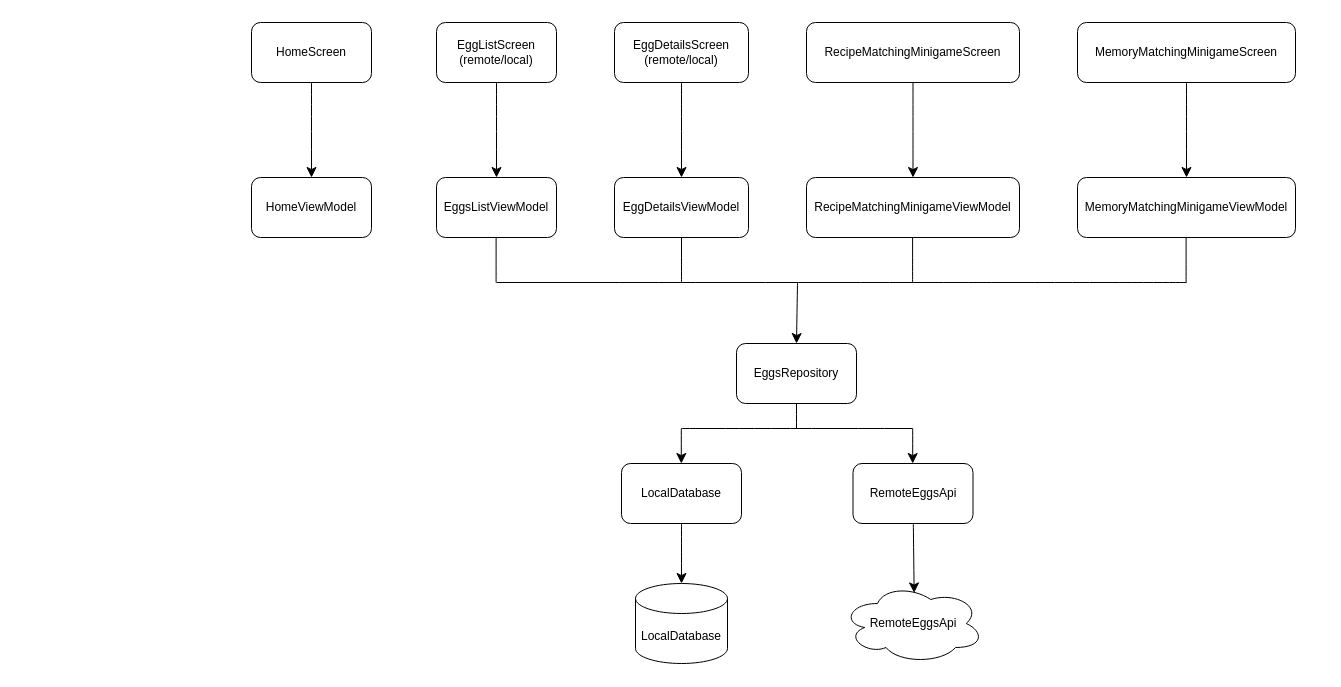
Before: images/architecture.drawio in jaidensiu/eggpedia, a draw.io diagram. Source tidied: cells renumbered, new cells numbered last; positions are measured from the earlier drawing's top-left corner, leaving out a move shared by most shapes. Both pictures are drawn from the tidied source at 100%, with x=0, y=0 at pixel (251, 22).
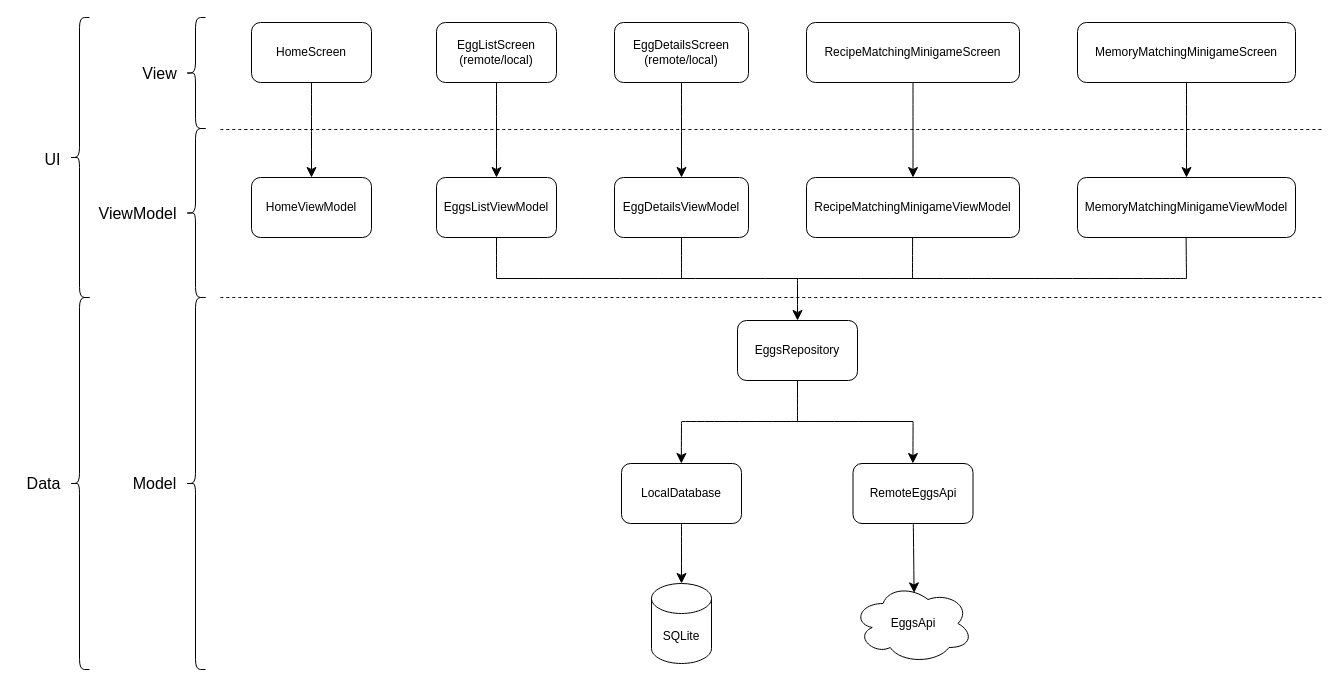
After the change.

Commit message (it also covers changes not shown here):
chore: edited arch diagram

Unchanged cells that the change refers to:
```xml
<mxCell id="7" value="EggsListViewModel" style="rounded=1;whiteSpace=wrap;html=1;" parent="1" vertex="1">
  <mxGeometry x="185" y="155" width="120" height="60" as="geometry" />
</mxCell>
<mxCell id="8" value="EggDetailsViewModel" style="rounded=1;whiteSpace=wrap;html=1;" parent="1" vertex="1">
  <mxGeometry x="363" y="155" width="134" height="60" as="geometry" />
</mxCell>
<mxCell id="24" value="RemoteEggsApi" style="rounded=1;whiteSpace=wrap;html=1;" parent="1" vertex="1">
  <mxGeometry x="601.5" y="441" width="120" height="60" as="geometry" />
</mxCell>
<mxCell id="25" value="LocalDatabase" style="rounded=1;whiteSpace=wrap;html=1;" parent="1" vertex="1">
  <mxGeometry x="370" y="441" width="120" height="60" as="geometry" />
</mxCell>
```

Diff of the diagram source:
```diff
@@
     <mxCell id="17" value="EggsRepository" style="rounded=1;whiteSpace=wrap;html=1;" parent="1" vertex="1">
-      <mxGeometry x="485" y="321" width="120" height="60" as="geometry" />
+      <mxGeometry x="486" y="298" width="120" height="60" as="geometry" />
     </mxCell>
     <mxCell id="18" style="endArrow=classic;html=1;rounded=0;fontSize=12;startSize=8;endSize=8;curved=1;entryX=0.5;entryY=0;entryDx=0;entryDy=0;" parent="1" edge="1" target="17">
       <mxGeometry relative="1" as="geometry">
-        <mxPoint x="546" y="260" as="sourcePoint" />
+        <mxPoint x="546" y="256" as="sourcePoint" />
       </mxGeometry>
     </mxCell>
     <mxCell id="19" style="endArrow=none;html=1;rounded=0;fontSize=12;startSize=8;endSize=8;curved=1;entryX=0.5;entryY=1;entryDx=0;entryDy=0;" parent="1" edge="1" target="8">
       <mxGeometry relative="1" as="geometry">
-        <mxPoint x="430" y="260" as="sourcePoint" />
+        <mxPoint x="430" y="256" as="sourcePoint" />
       </mxGeometry>
     </mxCell>
     <mxCell id="20" style="endArrow=none;html=1;rounded=0;fontSize=12;startSize=8;endSize=8;curved=1;entryX=0.5;entryY=1;entryDx=0;entryDy=0;" parent="1" edge="1">
       <mxGeometry relative="1" as="geometry">
-        <mxPoint x="661.1" y="260" as="sourcePoint" />
+        <mxPoint x="661" y="256" as="sourcePoint" />
         <mxPoint x="661.1" y="215" as="targetPoint" />
       </mxGeometry>
     </mxCell>
-    <mxCell id="21" style="endArrow=none;html=1;rounded=0;fontSize=12;startSize=8;endSize=8;curved=1;entryX=0.5;entryY=1;entryDx=0;entryDy=0;" parent="1" edge="1">
-      <mxGeometry relative="1" as="geometry">
-        <mxPoint x="244.6" y="260" as="sourcePoint" />
-        <mxPoint x="244.6" y="215" as="targetPoint" />
-      </mxGeometry>
-    </mxCell>
     <mxCell id="22" style="endArrow=none;html=1;rounded=0;fontSize=12;startSize=8;endSize=8;curved=1;entryX=0.5;entryY=1;entryDx=0;entryDy=0;" parent="1" edge="1">
       <mxGeometry relative="1" as="geometry">
-        <mxPoint x="934.6" y="260" as="sourcePoint" />
+        <mxPoint x="935" y="256" as="sourcePoint" />
         <mxPoint x="934.6" y="215" as="targetPoint" />
       </mxGeometry>
     </mxCell>
     <mxCell id="23" style="endArrow=none;html=1;rounded=0;fontSize=12;startSize=8;endSize=8;curved=1;" parent="1" edge="1">
       <mxGeometry relative="1" as="geometry">
-        <mxPoint x="935" y="260" as="sourcePoint" />
-        <mxPoint x="245" y="260" as="targetPoint" />
+        <mxPoint x="935" y="256" as="sourcePoint" />
+        <mxPoint x="245" y="256" as="targetPoint" />
       </mxGeometry>
     </mxCell>
@@
-    <mxCell id="26" style="endArrow=classic;html=1;rounded=0;fontSize=12;startSize=8;endSize=8;curved=1;entryX=0.5;entryY=0;entryDx=0;entryDy=0;" parent="1" edge="1">
-      <mxGeometry relative="1" as="geometry">
-        <mxPoint x="661.2" y="406" as="sourcePoint" />
-        <mxPoint x="661.2" y="441" as="targetPoint" />
-      </mxGeometry>
-    </mxCell>
     <mxCell id="27" style="endArrow=none;html=1;rounded=0;fontSize=12;startSize=8;endSize=8;curved=1;entryX=0.5;entryY=1;entryDx=0;entryDy=0;" parent="1" edge="1" target="17">
       <mxGeometry relative="1" as="geometry">
-        <mxPoint x="545" y="406" as="sourcePoint" />
+        <mxPoint x="546" y="399" as="sourcePoint" />
       </mxGeometry>
     </mxCell>
     <mxCell id="28" style="endArrow=classic;html=1;rounded=0;fontSize=12;startSize=8;endSize=8;curved=1;entryX=0.5;entryY=0;entryDx=0;entryDy=0;" parent="1" edge="1">
       <mxGeometry relative="1" as="geometry">
-        <mxPoint x="429.8" y="406" as="sourcePoint" />
+        <mxPoint x="430" y="399" as="sourcePoint" />
         <mxPoint x="429.8" y="441" as="targetPoint" />
       </mxGeometry>
     </mxCell>
     <mxCell id="29" style="endArrow=none;html=1;rounded=0;fontSize=12;startSize=8;endSize=8;curved=1;" parent="1" edge="1">
       <mxGeometry relative="1" as="geometry">
-        <mxPoint x="430" y="406" as="sourcePoint" />
-        <mxPoint x="661" y="406" as="targetPoint" />
+        <mxPoint x="430.5" y="399" as="sourcePoint" />
+        <mxPoint x="661.5" y="399" as="targetPoint" />
       </mxGeometry>
     </mxCell>
-    <mxCell id="30" value="RemoteEggsApi" style="ellipse;shape=cloud;whiteSpace=wrap;html=1;" parent="1" vertex="1">
-      <mxGeometry x="590.5" y="561" width="142" height="80" as="geometry" />
-    </mxCell>
-    <mxCell id="31" value="LocalDatabase" style="shape=cylinder3;whiteSpace=wrap;html=1;boundedLbl=1;backgroundOutline=1;size=15;" parent="1" vertex="1">
-      <mxGeometry x="384" y="561" width="92" height="80" as="geometry" />
-    </mxCell>
-    <mxCell id="32" style="edgeStyle=none;curved=1;rounded=0;jettySize=auto;html=1;entryX=0.5;entryY=0;entryDx=0;entryDy=0;entryPerimeter=0;fontSize=12;startSize=8;endSize=8;" parent="1" edge="1" source="25" target="31">
-      <mxGeometry relative="1" as="geometry" />
+    <mxCell id="32" style="edgeStyle=none;curved=1;rounded=0;jettySize=auto;html=1;entryX=0.5;entryY=0;entryDx=0;entryDy=0;entryPerimeter=0;fontSize=12;startSize=8;endSize=8;" parent="1" edge="1" source="25">
+      <mxGeometry relative="1" as="geometry">
+        <mxPoint x="430" y="561" as="targetPoint" />
+      </mxGeometry>
     </mxCell>
-    <mxCell id="33" style="edgeStyle=none;curved=1;rounded=0;jettySize=auto;html=1;entryX=0.508;entryY=0.118;entryDx=0;entryDy=0;entryPerimeter=0;fontSize=12;startSize=8;endSize=8;" parent="1" edge="1" source="24" target="30">
-      <mxGeometry relative="1" as="geometry" />
+    <mxCell id="33" style="edgeStyle=none;curved=1;rounded=0;jettySize=auto;html=1;entryX=0.508;entryY=0.118;entryDx=0;entryDy=0;entryPerimeter=0;fontSize=12;startSize=8;endSize=8;" parent="1" edge="1" source="24">
+      <mxGeometry relative="1" as="geometry">
+        <mxPoint x="662.6" y="570.4" as="targetPoint" />
+      </mxGeometry>
     </mxCell>
+    <mxCell id="34" value="SQLite" style="shape=cylinder3;whiteSpace=wrap;html=1;boundedLbl=1;backgroundOutline=1;size=15;" parent="1" vertex="1">
+      <mxGeometry x="400" y="561" width="60" height="80" as="geometry" />
+    </mxCell>
+    <mxCell id="35" value="EggsApi" style="ellipse;shape=cloud;whiteSpace=wrap;html=1;" parent="1" vertex="1">
+      <mxGeometry x="601.5" y="561" width="120" height="80" as="geometry" />
+    </mxCell>
+    <mxCell id="36" style="endArrow=classic;html=1;rounded=0;fontSize=12;startSize=8;endSize=8;curved=1;entryX=0.5;entryY=0;entryDx=0;entryDy=0;" parent="1" edge="1">
+      <mxGeometry relative="1" as="geometry">
+        <mxPoint x="661.6" y="399" as="sourcePoint" />
+        <mxPoint x="661.4" y="441" as="targetPoint" />
+      </mxGeometry>
+    </mxCell>
+    <mxCell id="37" style="endArrow=none;html=1;rounded=0;fontSize=12;startSize=8;endSize=8;curved=1;entryX=0.5;entryY=1;entryDx=0;entryDy=0;" parent="1" edge="1" target="7">
+      <mxGeometry relative="1" as="geometry">
+        <mxPoint x="245" y="256" as="sourcePoint" />
+      </mxGeometry>
+    </mxCell>
+    <mxCell id="38" style="endArrow=none;dashed=1;html=1;rounded=0;fontSize=12;startSize=8;endSize=8;curved=1;" parent="1" edge="1">
+      <mxGeometry relative="1" as="geometry">
+        <mxPoint x="-31" y="107" as="sourcePoint" />
+        <mxPoint x="1071" y="107" as="targetPoint" />
+      </mxGeometry>
+    </mxCell>
+    <mxCell id="39" style="endArrow=none;dashed=1;html=1;rounded=0;fontSize=12;startSize=8;endSize=8;curved=1;" parent="1" edge="1">
+      <mxGeometry relative="1" as="geometry">
+        <mxPoint x="-31" y="275" as="sourcePoint" />
+        <mxPoint x="1071" y="275" as="targetPoint" />
+      </mxGeometry>
+    </mxCell>
+    <mxCell id="40" style="shape=curlyBracket;whiteSpace=wrap;html=1;rounded=1;labelPosition=left;verticalLabelPosition=middle;align=right;verticalAlign=middle;" parent="1" vertex="1">
+      <mxGeometry x="-66" y="-5" width="20" height="111" as="geometry" />
+    </mxCell>
+    <mxCell id="41" style="shape=curlyBracket;whiteSpace=wrap;html=1;rounded=1;labelPosition=left;verticalLabelPosition=middle;align=right;verticalAlign=middle;" parent="1" vertex="1">
+      <mxGeometry x="-66" y="106" width="20" height="169" as="geometry" />
+    </mxCell>
+    <mxCell id="42" value="View" style="text;html=1;align=center;verticalAlign=middle;strokeColor=none;fillColor=none;fontSize=16;" parent="1" vertex="1">
+      <mxGeometry x="-118" y="35.5" width="52" height="31" as="geometry" />
+    </mxCell>
+    <mxCell id="43" value="ViewModel" style="text;html=1;align=center;verticalAlign=middle;strokeColor=none;fillColor=none;fontSize=16;" parent="1" vertex="1">
+      <mxGeometry x="-162" y="175" width="96" height="31" as="geometry" />
+    </mxCell>
+    <mxCell id="44" style="shape=curlyBracket;whiteSpace=wrap;html=1;rounded=1;labelPosition=left;verticalLabelPosition=middle;align=right;verticalAlign=middle;" parent="1" vertex="1">
+      <mxGeometry x="-66" y="275" width="20" height="372" as="geometry" />
+    </mxCell>
+    <mxCell id="45" value="Model" style="text;html=1;align=center;verticalAlign=middle;strokeColor=none;fillColor=none;fontSize=16;" parent="1" vertex="1">
+      <mxGeometry x="-128" y="445.5" width="62" height="31" as="geometry" />
+    </mxCell>
+    <mxCell id="46" style="shape=curlyBracket;whiteSpace=wrap;html=1;rounded=1;labelPosition=left;verticalLabelPosition=middle;align=right;verticalAlign=middle;" parent="1" vertex="1">
+      <mxGeometry x="-182" y="275" width="20" height="372" as="geometry" />
+    </mxCell>
+    <mxCell id="47" value="Data" style="text;html=1;align=center;verticalAlign=middle;strokeColor=none;fillColor=none;fontSize=16;" parent="1" vertex="1">
+      <mxGeometry x="-234" y="445.5" width="52" height="31" as="geometry" />
+    </mxCell>
+    <mxCell id="48" style="shape=curlyBracket;whiteSpace=wrap;html=1;rounded=1;labelPosition=left;verticalLabelPosition=middle;align=right;verticalAlign=middle;" parent="1" vertex="1">
+      <mxGeometry x="-182" y="-5" width="20" height="280" as="geometry" />
+    </mxCell>
+    <mxCell id="49" value="UI" style="text;html=1;align=center;verticalAlign=middle;strokeColor=none;fillColor=none;fontSize=16;" parent="1" vertex="1">
+      <mxGeometry x="-216" y="121.5" width="34" height="31" as="geometry" />
+    </mxCell>
```
